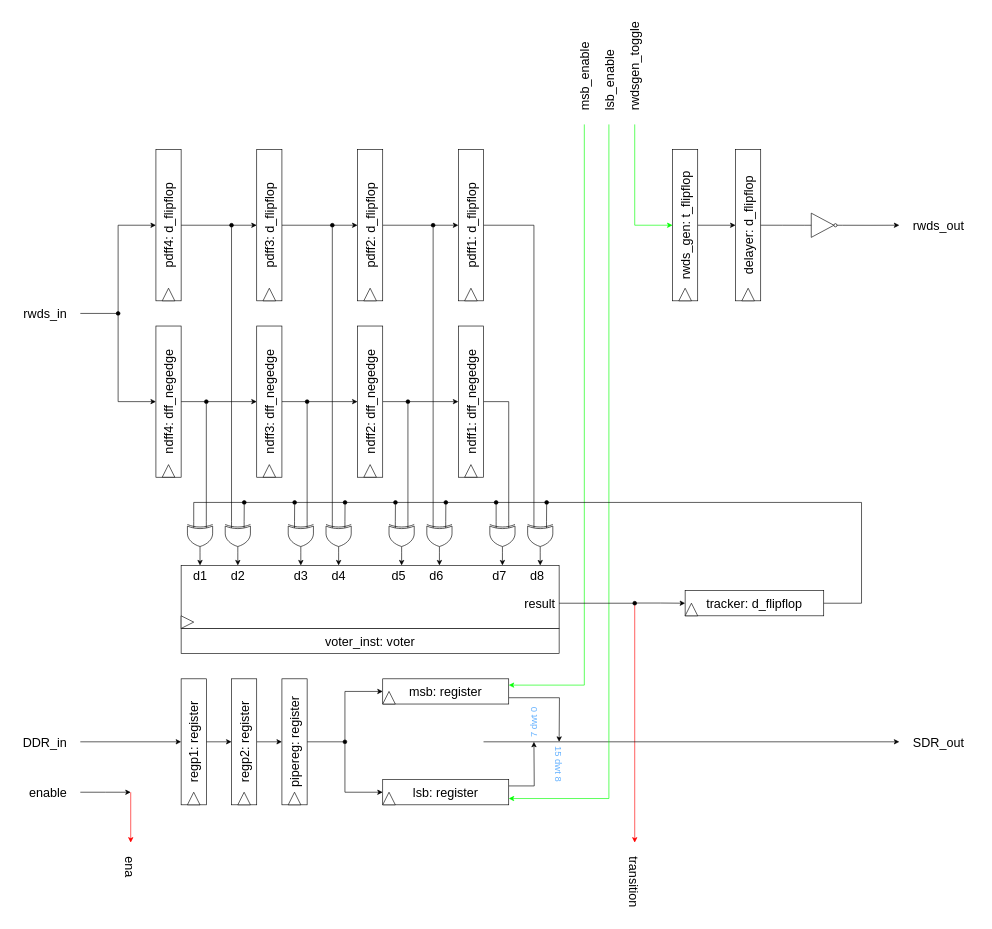
This is page "DDR_to_SDR_converter_EU" (7 of 14) of hyperram_system/ip/avs_hram_converter/schematics/avs_hram_converter.drawio from AndreaBononi/Intel_Cyclone10LP_systems, a draw.io file, before an edit. Source tidied: cells renumbered, new cells numbered last; positions are measured from the earlier drawing's top-left corner, leaving out a move shared by most shapes. Both pictures are drawn from the tidied source at 63%, with x=0, y=0 at pixel (11, 49).
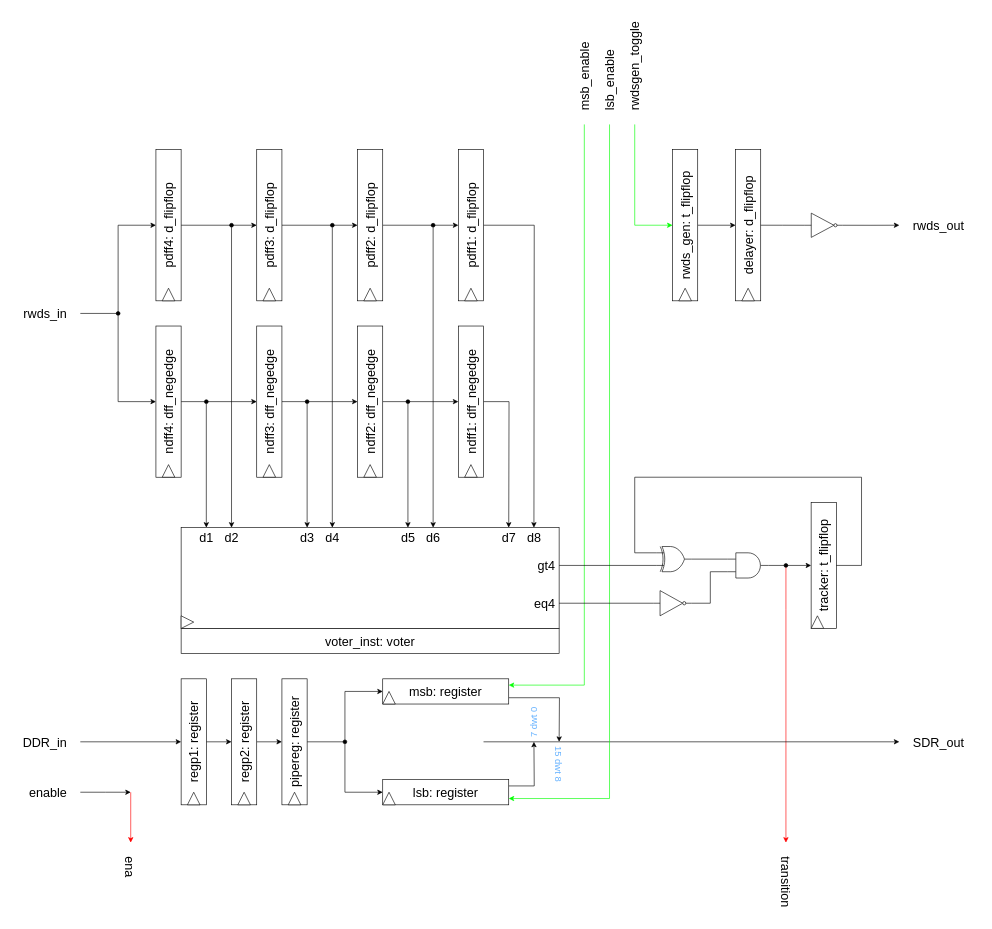
After the change.

The change refers to these unchanged cells:
```xml
<mxCell id="3" value="&lt;font style=&quot;font-size: 20px;&quot;&gt;pdff1: d_flipflop&lt;/font&gt;" style="rounded=0;whiteSpace=wrap;html=1;horizontal=0;" parent="1" vertex="1">
  <mxGeometry x="710" y="160" width="40" height="240" as="geometry" />
</mxCell>
<mxCell id="16" value="&lt;font style=&quot;font-size: 20px;&quot;&gt;ndff1: dff_negedge&lt;/font&gt;" style="rounded=0;whiteSpace=wrap;html=1;horizontal=0;" parent="1" vertex="1">
  <mxGeometry x="710" y="440" width="40" height="240" as="geometry" />
</mxCell>
<mxCell id="69" value="&lt;font style=&quot;font-size: 20px;&quot;&gt;lsb: register&lt;/font&gt;" style="rounded=0;whiteSpace=wrap;html=1;horizontal=0;rotation=90;" parent="1" vertex="1">
  <mxGeometry x="670" y="1080" width="40" height="200" as="geometry" />
</mxCell>
```

Change to the diagram source:
```diff
@@
-    <mxCell id="2" style="edgeStyle=orthogonalEdgeStyle;rounded=0;jettySize=auto;html=1;exitX=1;exitY=0.5;exitDx=0;exitDy=0;entryX=0;entryY=0.75;entryDx=0;entryDy=0;entryPerimeter=0;endArrow=none;endFill=0;" parent="1" edge="1" source="3" target="104">
-      <mxGeometry relative="1" as="geometry" />
+    <mxCell id="2" style="edgeStyle=orthogonalEdgeStyle;rounded=0;jettySize=auto;html=1;exitX=1;exitY=0.5;exitDx=0;exitDy=0;endArrow=classic;endFill=1;" parent="1" edge="1" source="3">
+      <mxGeometry relative="1" as="geometry">
+        <mxPoint x="830" y="760" as="targetPoint" />
+      </mxGeometry>
     </mxCell>
@@
-    <mxCell id="15" style="edgeStyle=orthogonalEdgeStyle;rounded=0;jettySize=auto;html=1;exitX=1;exitY=0.5;exitDx=0;exitDy=0;entryX=0;entryY=0.25;entryDx=0;entryDy=0;entryPerimeter=0;endArrow=none;endFill=0;" parent="1" edge="1" source="16" target="101">
-      <mxGeometry relative="1" as="geometry" />
+    <mxCell id="15" style="edgeStyle=orthogonalEdgeStyle;rounded=0;jettySize=auto;html=1;exitX=1;exitY=0.5;exitDx=0;exitDy=0;endArrow=classic;endFill=1;" parent="1" edge="1" source="16">
+      <mxGeometry relative="1" as="geometry">
+        <mxPoint x="790" y="760" as="targetPoint" />
+      </mxGeometry>
     </mxCell>
@@
-    <mxCell id="28" style="endArrow=none;html=1;rounded=0;startArrow=oval;startFill=1;entryX=0;entryY=0.75;entryDx=0;entryDy=0;entryPerimeter=0;endFill=0;" parent="1" edge="1" target="86">
+    <mxCell id="28" style="endArrow=classic;html=1;rounded=0;startArrow=oval;startFill=1;endFill=1;" parent="1" edge="1">
       <mxGeometry relative="1" as="geometry">
         <mxPoint x="350" y="280" as="sourcePoint" />
+        <mxPoint x="350" y="760" as="targetPoint" />
       </mxGeometry>
     </mxCell>
-    <mxCell id="29" style="endArrow=none;html=1;rounded=0;startArrow=oval;startFill=1;entryX=0;entryY=0.75;entryDx=0;entryDy=0;entryPerimeter=0;endFill=0;" parent="1" edge="1" target="92">
+    <mxCell id="29" style="endArrow=classic;html=1;rounded=0;startArrow=oval;startFill=1;endFill=1;" parent="1" edge="1">
       <mxGeometry relative="1" as="geometry">
         <mxPoint x="510" y="280" as="sourcePoint" />
+        <mxPoint x="510" y="760" as="targetPoint" />
       </mxGeometry>
     </mxCell>
-    <mxCell id="30" style="endArrow=none;html=1;rounded=0;startArrow=oval;startFill=1;entryX=0;entryY=0.75;entryDx=0;entryDy=0;entryPerimeter=0;endFill=0;" parent="1" edge="1" target="98">
+    <mxCell id="30" style="endArrow=classic;html=1;rounded=0;startArrow=oval;startFill=1;endFill=1;" parent="1" edge="1">
       <mxGeometry relative="1" as="geometry">
         <mxPoint x="670" y="280" as="sourcePoint" />
+        <mxPoint x="670" y="760" as="targetPoint" />
       </mxGeometry>
     </mxCell>
-    <mxCell id="31" style="endArrow=none;html=1;rounded=0;startArrow=oval;startFill=1;entryX=0;entryY=0.25;entryDx=0;entryDy=0;entryPerimeter=0;endFill=0;" parent="1" edge="1" target="95">
+    <mxCell id="31" style="endArrow=classic;html=1;rounded=0;startArrow=oval;startFill=1;endFill=1;" parent="1" edge="1">
       <mxGeometry relative="1" as="geometry">
         <mxPoint x="630" y="560" as="sourcePoint" />
+        <mxPoint x="630" y="760" as="targetPoint" />
       </mxGeometry>
     </mxCell>
-    <mxCell id="32" style="endArrow=none;html=1;rounded=0;startArrow=oval;startFill=1;entryX=0;entryY=0.25;entryDx=0;entryDy=0;entryPerimeter=0;endFill=0;" parent="1" edge="1" target="42">
+    <mxCell id="32" style="endArrow=classic;html=1;rounded=0;startArrow=oval;startFill=1;endFill=1;" parent="1" edge="1">
       <mxGeometry relative="1" as="geometry">
         <mxPoint x="310" y="560" as="sourcePoint" />
+        <mxPoint x="310" y="760" as="targetPoint" />
       </mxGeometry>
     </mxCell>
-    <mxCell id="33" style="endArrow=none;html=1;rounded=0;startArrow=oval;startFill=1;entryX=0;entryY=0.25;entryDx=0;entryDy=0;entryPerimeter=0;endFill=0;" parent="1" edge="1" target="89">
+    <mxCell id="33" style="endArrow=classic;html=1;rounded=0;startArrow=oval;startFill=1;endFill=1;" parent="1" edge="1">
       <mxGeometry relative="1" as="geometry">
         <mxPoint x="470" y="560" as="sourcePoint" />
+        <mxPoint x="470" y="760" as="targetPoint" />
       </mxGeometry>
     </mxCell>
@@
     <mxCell id="36" value="&lt;font style=&quot;font-size: 20px;&quot;&gt;transition&lt;/font&gt;" style="text;html=1;align=left;verticalAlign=middle;strokeColor=none;fillColor=none;rotation=90;fontSize=20;" parent="1" vertex="1">
-      <mxGeometry x="940" y="1310" width="100" height="40" as="geometry" />
+      <mxGeometry x="1180" y="1310" width="100" height="40" as="geometry" />
     </mxCell>
-    <mxCell id="37" style="edgeStyle=orthogonalEdgeStyle;rounded=0;jettySize=auto;html=1;exitX=0.5;exitY=1;exitDx=0;exitDy=0;entryX=0.5;entryY=1;entryDx=0;entryDy=0;" parent="1" edge="1" target="38">
-      <mxGeometry relative="1" as="geometry">
-        <mxPoint x="990" y="879.7" as="sourcePoint" />
-        <Array as="points">
-          <mxPoint x="1031" y="880" />
-        </Array>
-      </mxGeometry>
-    </mxCell>
-    <mxCell id="38" value="&lt;font style=&quot;font-size: 20px;&quot;&gt;tracker: d_flipflop&lt;br&gt;&lt;/font&gt;" style="rounded=0;whiteSpace=wrap;html=1;horizontal=0;rotation=90;" parent="1" vertex="1">
-      <mxGeometry x="1160" y="770" width="40" height="220" as="geometry" />
+    <mxCell id="38" value="&lt;font style=&quot;font-size: 20px;&quot;&gt;tracker: t_flipflop&lt;br&gt;&lt;/font&gt;" style="rounded=0;whiteSpace=wrap;html=1;horizontal=0;rotation=0;" parent="1" vertex="1">
+      <mxGeometry x="1270" y="720" width="40" height="200" as="geometry" />
     </mxCell>
     <mxCell id="39" style="triangle;whiteSpace=wrap;html=1;direction=north;" parent="1" vertex="1">
-      <mxGeometry x="1070" y="880" width="20" height="20" as="geometry" />
+      <mxGeometry x="1270" y="900" width="20" height="20" as="geometry" />
     </mxCell>
     <mxCell id="40" style="edgeStyle=orthogonalEdgeStyle;rounded=0;orthogonalLoop=1;jettySize=auto;html=1;strokeColor=#FF0000;" parent="1" edge="1">
       <mxGeometry relative="1" as="geometry">
-        <mxPoint x="990" y="880" as="sourcePoint" />
-        <mxPoint x="990" y="1260" as="targetPoint" />
+        <mxPoint x="1230" y="820" as="sourcePoint" />
+        <mxPoint x="1230" y="1260" as="targetPoint" />
         <Array as="points">
-          <mxPoint x="989.5" y="970" />
-          <mxPoint x="989.5" y="970" />
+          <mxPoint x="1229.5" y="890" />
+          <mxPoint x="1229.5" y="890" />
         </Array>
       </mxGeometry>
     </mxCell>
-    <mxCell id="41" style="edgeStyle=orthogonalEdgeStyle;rounded=0;jettySize=auto;html=1;exitX=1;exitY=0.5;exitDx=0;exitDy=0;exitPerimeter=0;" parent="1" edge="1" source="42">
-      <mxGeometry relative="1" as="geometry">
-        <mxPoint x="300" y="820" as="targetPoint" />
-      </mxGeometry>
-    </mxCell>
-    <mxCell id="42" style="verticalLabelPosition=bottom;shadow=0;dashed=0;align=center;html=1;verticalAlign=top;shape=mxgraph.electrical.logic_gates.logic_gate;operation=xor;direction=south;" parent="1" vertex="1">
-      <mxGeometry x="280" y="750" width="40" height="50" as="geometry" />
-    </mxCell>
@@
     <mxCell id="74" style="edgeStyle=orthogonalEdgeStyle;rounded=0;jettySize=auto;html=1;strokeColor=#00FF00;entryX=0.75;entryY=0;entryDx=0;entryDy=0;" parent="1" edge="1" target="69">
       <mxGeometry relative="1" as="geometry">
-        <mxPoint x="949" y="120" as="sourcePoint" />
+        <mxPoint x="950" y="120" as="sourcePoint" />
         <Array as="points">
-          <mxPoint x="949" y="1190" />
+          <mxPoint x="950" y="120" />
+          <mxPoint x="950" y="1190" />
         </Array>
       </mxGeometry>
     </mxCell>
@@
-    <mxCell id="84" style="edgeStyle=orthogonalEdgeStyle;rounded=0;jettySize=auto;html=1;exitX=1;exitY=0.5;exitDx=0;exitDy=0;exitPerimeter=0;" parent="1" edge="1" source="86">
-      <mxGeometry relative="1" as="geometry">
-        <mxPoint x="360" y="820" as="targetPoint" />
-      </mxGeometry>
-    </mxCell>
-    <mxCell id="85" style="edgeStyle=orthogonalEdgeStyle;rounded=0;jettySize=auto;html=1;exitX=0;exitY=0.25;exitDx=0;exitDy=0;exitPerimeter=0;entryX=0;entryY=0.25;entryDx=0;entryDy=0;entryPerimeter=0;endArrow=none;endFill=0;startArrow=oval;startFill=1;" parent="1" edge="1" target="86">
-      <mxGeometry relative="1" as="geometry">
-        <mxPoint x="370.2" y="720" as="sourcePoint" />
-      </mxGeometry>
-    </mxCell>
-    <mxCell id="86" style="verticalLabelPosition=bottom;shadow=0;dashed=0;align=center;html=1;verticalAlign=top;shape=mxgraph.electrical.logic_gates.logic_gate;operation=xor;direction=south;" parent="1" vertex="1">
-      <mxGeometry x="340" y="750" width="40" height="50" as="geometry" />
-    </mxCell>
-    <mxCell id="87" style="edgeStyle=orthogonalEdgeStyle;rounded=0;jettySize=auto;html=1;exitX=1;exitY=0.5;exitDx=0;exitDy=0;exitPerimeter=0;" parent="1" edge="1" source="89">
-      <mxGeometry relative="1" as="geometry">
-        <mxPoint x="460" y="820" as="targetPoint" />
-      </mxGeometry>
-    </mxCell>
-    <mxCell id="88" style="edgeStyle=orthogonalEdgeStyle;rounded=0;jettySize=auto;html=1;exitX=0;exitY=0.75;exitDx=0;exitDy=0;exitPerimeter=0;endArrow=oval;endFill=1;" parent="1" edge="1" source="89">
-      <mxGeometry relative="1" as="geometry">
-        <mxPoint x="450.2" y="720" as="targetPoint" />
-      </mxGeometry>
-    </mxCell>
-    <mxCell id="89" style="verticalLabelPosition=bottom;shadow=0;dashed=0;align=center;html=1;verticalAlign=top;shape=mxgraph.electrical.logic_gates.logic_gate;operation=xor;direction=south;" parent="1" vertex="1">
-      <mxGeometry x="440" y="750" width="40" height="50" as="geometry" />
-    </mxCell>
-    <mxCell id="90" style="edgeStyle=orthogonalEdgeStyle;rounded=0;jettySize=auto;html=1;exitX=1;exitY=0.5;exitDx=0;exitDy=0;exitPerimeter=0;" parent="1" edge="1" source="92">
-      <mxGeometry relative="1" as="geometry">
-        <mxPoint x="520" y="820" as="targetPoint" />
-      </mxGeometry>
-    </mxCell>
-    <mxCell id="91" style="edgeStyle=orthogonalEdgeStyle;rounded=0;jettySize=auto;html=1;exitX=0;exitY=0.25;exitDx=0;exitDy=0;exitPerimeter=0;endArrow=oval;endFill=1;" parent="1" edge="1" source="92">
-      <mxGeometry relative="1" as="geometry">
-        <mxPoint x="530.2" y="720" as="targetPoint" />
-      </mxGeometry>
-    </mxCell>
-    <mxCell id="92" style="verticalLabelPosition=bottom;shadow=0;dashed=0;align=center;html=1;verticalAlign=top;shape=mxgraph.electrical.logic_gates.logic_gate;operation=xor;direction=south;" parent="1" vertex="1">
-      <mxGeometry x="500" y="750" width="40" height="50" as="geometry" />
-    </mxCell>
-    <mxCell id="93" style="edgeStyle=orthogonalEdgeStyle;rounded=0;jettySize=auto;html=1;exitX=1;exitY=0.5;exitDx=0;exitDy=0;exitPerimeter=0;" parent="1" edge="1" source="95">
-      <mxGeometry relative="1" as="geometry">
-        <mxPoint x="620" y="820" as="targetPoint" />
-      </mxGeometry>
-    </mxCell>
-    <mxCell id="94" style="edgeStyle=orthogonalEdgeStyle;rounded=0;jettySize=auto;html=1;exitX=0;exitY=0.75;exitDx=0;exitDy=0;exitPerimeter=0;endArrow=oval;endFill=1;" parent="1" edge="1" source="95">
-      <mxGeometry relative="1" as="geometry">
-        <mxPoint x="610.2" y="720" as="targetPoint" />
-      </mxGeometry>
-    </mxCell>
-    <mxCell id="95" style="verticalLabelPosition=bottom;shadow=0;dashed=0;align=center;html=1;verticalAlign=top;shape=mxgraph.electrical.logic_gates.logic_gate;operation=xor;direction=south;" parent="1" vertex="1">
-      <mxGeometry x="600" y="750" width="40" height="50" as="geometry" />
-    </mxCell>
-    <mxCell id="96" style="edgeStyle=orthogonalEdgeStyle;rounded=0;jettySize=auto;html=1;exitX=1;exitY=0.5;exitDx=0;exitDy=0;exitPerimeter=0;" parent="1" edge="1" source="98">
-      <mxGeometry relative="1" as="geometry">
-        <mxPoint x="680" y="820" as="targetPoint" />
-      </mxGeometry>
-    </mxCell>
-    <mxCell id="97" style="edgeStyle=orthogonalEdgeStyle;rounded=0;jettySize=auto;html=1;exitX=0;exitY=0.25;exitDx=0;exitDy=0;exitPerimeter=0;endArrow=oval;endFill=1;" parent="1" edge="1" source="98">
-      <mxGeometry relative="1" as="geometry">
-        <mxPoint x="690.2" y="720" as="targetPoint" />
-      </mxGeometry>
-    </mxCell>
-    <mxCell id="98" style="verticalLabelPosition=bottom;shadow=0;dashed=0;align=center;html=1;verticalAlign=top;shape=mxgraph.electrical.logic_gates.logic_gate;operation=xor;direction=south;" parent="1" vertex="1">
-      <mxGeometry x="660" y="750" width="40" height="50" as="geometry" />
-    </mxCell>
-    <mxCell id="99" style="edgeStyle=orthogonalEdgeStyle;rounded=0;jettySize=auto;html=1;exitX=1;exitY=0.5;exitDx=0;exitDy=0;exitPerimeter=0;" parent="1" edge="1" source="101">
-      <mxGeometry relative="1" as="geometry">
-        <mxPoint x="780" y="820" as="targetPoint" />
-      </mxGeometry>
-    </mxCell>
-    <mxCell id="100" style="edgeStyle=orthogonalEdgeStyle;rounded=0;jettySize=auto;html=1;exitX=0;exitY=0.75;exitDx=0;exitDy=0;exitPerimeter=0;endArrow=oval;endFill=1;" parent="1" edge="1" source="101">
-      <mxGeometry relative="1" as="geometry">
-        <mxPoint x="770" y="720" as="targetPoint" />
-      </mxGeometry>
-    </mxCell>
-    <mxCell id="101" style="verticalLabelPosition=bottom;shadow=0;dashed=0;align=center;html=1;verticalAlign=top;shape=mxgraph.electrical.logic_gates.logic_gate;operation=xor;direction=south;" parent="1" vertex="1">
-      <mxGeometry x="760" y="750" width="40" height="50" as="geometry" />
-    </mxCell>
-    <mxCell id="102" style="edgeStyle=orthogonalEdgeStyle;rounded=0;jettySize=auto;html=1;exitX=1;exitY=0.5;exitDx=0;exitDy=0;exitPerimeter=0;" parent="1" edge="1" source="104">
-      <mxGeometry relative="1" as="geometry">
-        <mxPoint x="840" y="820" as="targetPoint" />
-      </mxGeometry>
-    </mxCell>
-    <mxCell id="103" style="edgeStyle=orthogonalEdgeStyle;rounded=0;jettySize=auto;html=1;exitX=0;exitY=0.25;exitDx=0;exitDy=0;exitPerimeter=0;endArrow=oval;endFill=1;" parent="1" edge="1" source="104">
-      <mxGeometry relative="1" as="geometry">
-        <mxPoint x="850.2" y="720" as="targetPoint" />
-      </mxGeometry>
-    </mxCell>
-    <mxCell id="104" style="verticalLabelPosition=bottom;shadow=0;dashed=0;align=center;html=1;verticalAlign=top;shape=mxgraph.electrical.logic_gates.logic_gate;operation=xor;direction=south;" parent="1" vertex="1">
-      <mxGeometry x="820" y="750" width="40" height="50" as="geometry" />
-    </mxCell>
-    <mxCell id="105" style="edgeStyle=orthogonalEdgeStyle;rounded=0;jettySize=auto;html=1;exitX=0.5;exitY=0;exitDx=0;exitDy=0;entryX=0;entryY=0.75;entryDx=0;entryDy=0;entryPerimeter=0;endArrow=none;endFill=0;" parent="1" edge="1" source="38" target="42">
-      <mxGeometry relative="1" as="geometry">
-        <Array as="points">
-          <mxPoint x="1350" y="880" />
-          <mxPoint x="1350" y="720" />
-          <mxPoint x="290" y="720" />
-        </Array>
-      </mxGeometry>
-    </mxCell>
-    <mxCell id="106" style="endArrow=oval;html=1;rounded=0;endFill=1;" parent="1" edge="1">
+    <mxCell id="106" style="endArrow=none;html=1;rounded=0;endFill=0;entryX=0;entryY=0.75;entryDx=0;entryDy=0;entryPerimeter=0;" parent="1" edge="1" target="120">
       <mxGeometry relative="1" as="geometry">
-        <mxPoint x="870" y="880" as="sourcePoint" />
-        <mxPoint x="990" y="880" as="targetPoint" />
+        <mxPoint x="870" y="820" as="sourcePoint" />
       </mxGeometry>
     </mxCell>
     <mxCell id="107" style="rounded=0;whiteSpace=wrap;html=1;" parent="1" vertex="1">
-      <mxGeometry x="270" y="820" width="600" height="100" as="geometry" />
+      <mxGeometry x="270" y="760" width="600" height="160" as="geometry" />
     </mxCell>
@@
     <mxCell id="109" value="&lt;font style=&quot;font-size: 20px;&quot;&gt;d1&lt;/font&gt;" style="text;html=1;align=center;verticalAlign=middle;strokeColor=none;fillColor=none;" parent="1" vertex="1">
-      <mxGeometry x="275" y="815" width="50" height="40" as="geometry" />
+      <mxGeometry x="285" y="755" width="50" height="40" as="geometry" />
     </mxCell>
     <mxCell id="110" value="&lt;font style=&quot;font-size: 20px;&quot;&gt;d2&lt;/font&gt;" style="text;html=1;align=center;verticalAlign=middle;strokeColor=none;fillColor=none;" parent="1" vertex="1">
-      <mxGeometry x="335" y="815" width="50" height="40" as="geometry" />
+      <mxGeometry x="325" y="755" width="50" height="40" as="geometry" />
     </mxCell>
     <mxCell id="111" value="&lt;font style=&quot;font-size: 20px;&quot;&gt;d3&lt;/font&gt;" style="text;html=1;align=center;verticalAlign=middle;strokeColor=none;fillColor=none;" parent="1" vertex="1">
-      <mxGeometry x="435" y="815" width="50" height="40" as="geometry" />
+      <mxGeometry x="445" y="755" width="50" height="40" as="geometry" />
     </mxCell>
     <mxCell id="112" value="&lt;font style=&quot;font-size: 20px;&quot;&gt;d4&lt;/font&gt;" style="text;html=1;align=center;verticalAlign=middle;strokeColor=none;fillColor=none;" parent="1" vertex="1">
-      <mxGeometry x="495" y="815" width="50" height="40" as="geometry" />
+      <mxGeometry x="485" y="755" width="50" height="40" as="geometry" />
     </mxCell>
     <mxCell id="113" value="&lt;font style=&quot;font-size: 20px;&quot;&gt;d5&lt;/font&gt;" style="text;html=1;align=center;verticalAlign=middle;strokeColor=none;fillColor=none;" parent="1" vertex="1">
-      <mxGeometry x="590" y="815" width="50" height="40" as="geometry" />
+      <mxGeometry x="605" y="755" width="50" height="40" as="geometry" />
     </mxCell>
     <mxCell id="114" value="&lt;font style=&quot;font-size: 20px;&quot;&gt;d6&lt;/font&gt;" style="text;html=1;align=center;verticalAlign=middle;strokeColor=none;fillColor=none;" parent="1" vertex="1">
-      <mxGeometry x="650" y="815" width="50" height="40" as="geometry" />
+      <mxGeometry x="645" y="755" width="50" height="40" as="geometry" />
     </mxCell>
     <mxCell id="115" value="&lt;font style=&quot;font-size: 20px;&quot;&gt;d7&lt;/font&gt;" style="text;html=1;align=center;verticalAlign=middle;strokeColor=none;fillColor=none;" parent="1" vertex="1">
-      <mxGeometry x="750" y="815" width="50" height="40" as="geometry" />
+      <mxGeometry x="765" y="755" width="50" height="40" as="geometry" />
     </mxCell>
     <mxCell id="116" value="&lt;font style=&quot;font-size: 20px;&quot;&gt;d8&lt;/font&gt;" style="text;html=1;align=center;verticalAlign=middle;strokeColor=none;fillColor=none;" parent="1" vertex="1">
-      <mxGeometry x="810" y="815" width="50" height="40" as="geometry" />
+      <mxGeometry x="805" y="755" width="50" height="40" as="geometry" />
     </mxCell>
-    <mxCell id="117" value="&lt;div align=&quot;right&quot;&gt;&lt;font style=&quot;font-size: 20px;&quot;&gt;result&lt;/font&gt;&lt;/div&gt;" style="text;html=1;align=right;verticalAlign=middle;strokeColor=none;fillColor=none;" parent="1" vertex="1">
-      <mxGeometry x="795" y="860" width="70" height="40" as="geometry" />
+    <mxCell id="117" value="&lt;font style=&quot;font-size: 20px;&quot;&gt;gt4&lt;/font&gt;" style="text;html=1;align=right;verticalAlign=middle;strokeColor=none;fillColor=none;" parent="1" vertex="1">
+      <mxGeometry x="815" y="800" width="50" height="40" as="geometry" />
     </mxCell>
+    <mxCell id="118" style="edgeStyle=orthogonalEdgeStyle;rounded=0;jettySize=auto;html=1;entryX=0;entryY=0.5;entryDx=0;entryDy=0;" parent="1" edge="1" target="38">
+      <mxGeometry relative="1" as="geometry">
+        <mxPoint x="1230" y="820" as="sourcePoint" />
+        <Array as="points">
+          <mxPoint x="1230" y="820" />
+        </Array>
+      </mxGeometry>
+    </mxCell>
+    <mxCell id="119" style="edgeStyle=orthogonalEdgeStyle;rounded=0;jettySize=auto;html=1;endArrow=oval;endFill=1;exitX=1;exitY=0.5;exitDx=0;exitDy=0;exitPerimeter=0;" parent="1" edge="1" source="125">
+      <mxGeometry relative="1" as="geometry">
+        <mxPoint x="1230" y="820" as="targetPoint" />
+      </mxGeometry>
+    </mxCell>
+    <mxCell id="120" style="verticalLabelPosition=bottom;shadow=0;dashed=0;align=center;html=1;verticalAlign=top;shape=mxgraph.electrical.logic_gates.logic_gate;operation=xor;direction=east;" parent="1" vertex="1">
+      <mxGeometry x="1025" y="790" width="55" height="40" as="geometry" />
+    </mxCell>
+    <mxCell id="121" style="edgeStyle=orthogonalEdgeStyle;rounded=0;jettySize=auto;html=1;exitX=1;exitY=0.5;exitDx=0;exitDy=0;entryX=0;entryY=0.25;entryDx=0;entryDy=0;entryPerimeter=0;endArrow=none;endFill=0;" parent="1" edge="1" source="38" target="120">
+      <mxGeometry relative="1" as="geometry">
+        <Array as="points">
+          <mxPoint x="1350" y="820" />
+          <mxPoint x="1350" y="680" />
+          <mxPoint x="990" y="680" />
+          <mxPoint x="990" y="800" />
+        </Array>
+      </mxGeometry>
+    </mxCell>
+    <mxCell id="122" value="&lt;font style=&quot;font-size: 20px;&quot;&gt;eq4&lt;/font&gt;" style="text;html=1;align=right;verticalAlign=middle;strokeColor=none;fillColor=none;" parent="1" vertex="1">
+      <mxGeometry x="805" y="860" width="60" height="40" as="geometry" />
+    </mxCell>
+    <mxCell id="123" style="endArrow=none;html=1;rounded=0;endFill=0;entryX=0;entryY=0.5;entryDx=0;entryDy=0;entryPerimeter=0;" parent="1" edge="1" target="124">
+      <mxGeometry relative="1" as="geometry">
+        <mxPoint x="870" y="880" as="sourcePoint" />
+      </mxGeometry>
+    </mxCell>
+    <mxCell id="124" style="verticalLabelPosition=bottom;shadow=0;dashed=0;align=center;html=1;verticalAlign=top;shape=mxgraph.electrical.logic_gates.inverter_2;" parent="1" vertex="1">
+      <mxGeometry x="1020" y="860" width="60" height="40" as="geometry" />
+    </mxCell>
+    <mxCell id="125" style="verticalLabelPosition=bottom;shadow=0;dashed=0;align=center;html=1;verticalAlign=top;shape=mxgraph.electrical.logic_gates.logic_gate;operation=and;" parent="1" vertex="1">
+      <mxGeometry x="1137.5" y="800" width="65" height="40" as="geometry" />
+    </mxCell>
+    <mxCell id="126" style="edgeStyle=orthogonalEdgeStyle;rounded=0;jettySize=auto;html=1;exitX=1;exitY=0.5;exitDx=0;exitDy=0;exitPerimeter=0;entryX=0;entryY=0.25;entryDx=0;entryDy=0;entryPerimeter=0;endArrow=none;endFill=0;" parent="1" edge="1" source="120" target="125">
+      <mxGeometry relative="1" as="geometry" />
+    </mxCell>
+    <mxCell id="127" style="edgeStyle=orthogonalEdgeStyle;rounded=0;jettySize=auto;html=1;exitX=1;exitY=0.5;exitDx=0;exitDy=0;exitPerimeter=0;entryX=0;entryY=0.75;entryDx=0;entryDy=0;entryPerimeter=0;endArrow=none;endFill=0;" parent="1" edge="1" source="124" target="125">
+      <mxGeometry relative="1" as="geometry">
+        <Array as="points">
+          <mxPoint x="1110" y="880" />
+          <mxPoint x="1110" y="830" />
+        </Array>
+      </mxGeometry>
+    </mxCell>
```
